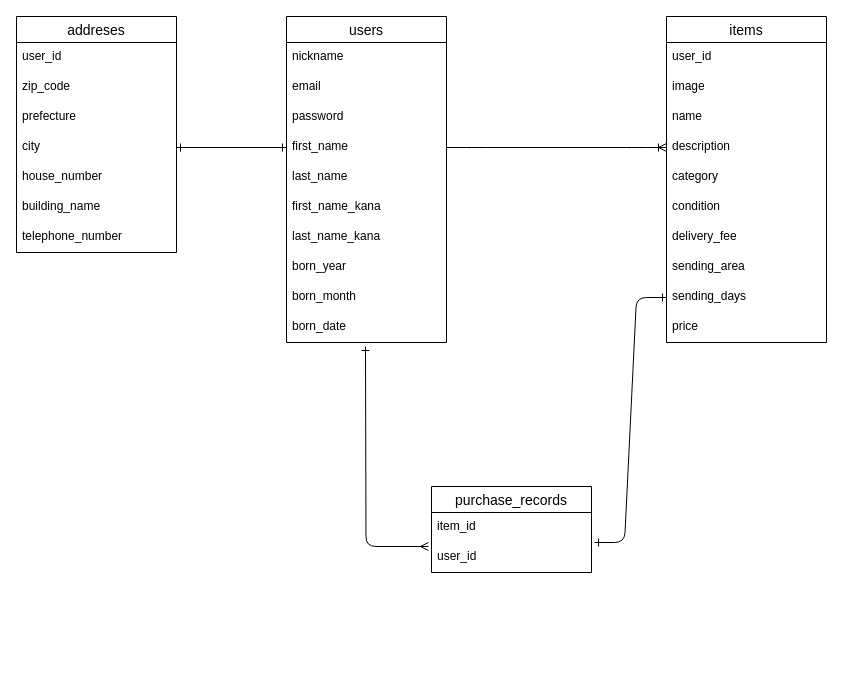
Before: furima-13663.dio in ikun2019/furima-13663, a draw.io diagram. Source tidied: cells renumbered, new cells numbered last; positions are measured from the earlier drawing's top-left corner, leaving out a move shared by most shapes. Both pictures are drawn from the tidied source at 100%, with x=0, y=0 at pixel (16, 16).
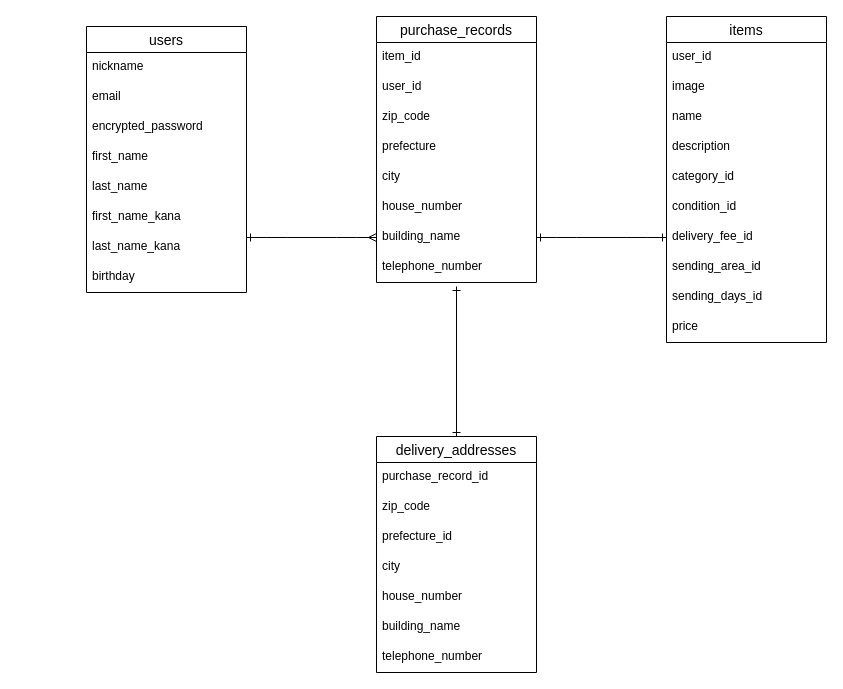
The same diagram, later.

Commit message (it also covers changes not shown here):
ER図、ReadMeの修正

The change refers to these unchanged cells:
```xml
<mxCell id="6" value="first_name" style="text;strokeColor=none;fillColor=none;spacingLeft=4;spacingRight=4;overflow=hidden;points=[[0,0.5],[1,0.5]];portConstraint=eastwest;fontSize=12;" parent="2" vertex="1">
  <mxGeometry y="116" width="160" height="30" as="geometry" />
</mxCell>
<mxCell id="13" value="items" style="swimlane;fontStyle=0;horizontal=1;startSize=26;align=center;fontSize=14;" parent="1" vertex="1">
  <mxGeometry x="650" width="160" height="326" as="geometry" />
</mxCell>
<mxCell id="17" value="description" style="text;strokeColor=none;fillColor=none;spacingLeft=4;spacingRight=4;overflow=hidden;points=[[0,0.5],[1,0.5]];portConstraint=eastwest;fontSize=12;" parent="13" vertex="1">
  <mxGeometry y="116" width="160" height="30" as="geometry" />
</mxCell>
```

Diff of the diagram source:
```diff
@@
     <mxCell id="2" value="users" style="swimlane;fontStyle=0;horizontal=1;startSize=26;align=center;fontSize=14;" parent="1" vertex="1">
-      <mxGeometry x="270" width="160" height="326" as="geometry" />
+      <mxGeometry x="70" y="10" width="160" height="266" as="geometry" />
     </mxCell>
@@
-    <mxCell id="5" value="password" style="text;strokeColor=none;fillColor=none;spacingLeft=4;spacingRight=4;overflow=hidden;fontSize=12;" parent="2" vertex="1">
+    <mxCell id="5" value="encrypted_password" style="text;strokeColor=none;fillColor=none;spacingLeft=4;spacingRight=4;overflow=hidden;fontSize=12;" parent="2" vertex="1">
       <mxGeometry y="86" width="160" height="30" as="geometry" />
     </mxCell>
@@
-    <mxCell id="10" value="born_year" style="text;strokeColor=none;fillColor=none;spacingLeft=4;spacingRight=4;overflow=hidden;fontSize=12;" parent="2" vertex="1">
+    <mxCell id="10" value="birthday" style="text;strokeColor=none;fillColor=none;spacingLeft=4;spacingRight=4;overflow=hidden;fontSize=12;" parent="2" vertex="1">
       <mxGeometry y="236" width="160" height="30" as="geometry" />
     </mxCell>
-    <mxCell id="11" value="born_month" style="text;strokeColor=none;fillColor=none;spacingLeft=4;spacingRight=4;overflow=hidden;fontSize=12;" parent="2" vertex="1">
-      <mxGeometry y="266" width="160" height="30" as="geometry" />
-    </mxCell>
-    <mxCell id="12" value="born_date" style="text;strokeColor=none;fillColor=none;spacingLeft=4;spacingRight=4;overflow=hidden;fontSize=12;" parent="2" vertex="1">
-      <mxGeometry y="296" width="160" height="30" as="geometry" />
-    </mxCell>
@@
-    <mxCell id="18" value="category" style="text;strokeColor=none;fillColor=none;spacingLeft=4;spacingRight=4;overflow=hidden;fontSize=12;" parent="13" vertex="1">
+    <mxCell id="18" value="category_id" style="text;strokeColor=none;fillColor=none;spacingLeft=4;spacingRight=4;overflow=hidden;fontSize=12;" parent="13" vertex="1">
       <mxGeometry y="146" width="160" height="30" as="geometry" />
     </mxCell>
-    <mxCell id="19" value="condition" style="text;strokeColor=none;fillColor=none;spacingLeft=4;spacingRight=4;overflow=hidden;fontSize=12;" parent="13" vertex="1">
+    <mxCell id="19" value="condition_id" style="text;strokeColor=none;fillColor=none;spacingLeft=4;spacingRight=4;overflow=hidden;fontSize=12;" parent="13" vertex="1">
       <mxGeometry y="176" width="160" height="30" as="geometry" />
     </mxCell>
-    <mxCell id="20" value="delivery_fee" style="text;strokeColor=none;fillColor=none;spacingLeft=4;spacingRight=4;overflow=hidden;points=[[0,0.5],[1,0.5]];portConstraint=eastwest;fontSize=12;" parent="13" vertex="1">
+    <mxCell id="20" value="delivery_fee_id" style="text;strokeColor=none;fillColor=none;spacingLeft=4;spacingRight=4;overflow=hidden;points=[[0,0.5],[1,0.5]];portConstraint=eastwest;fontSize=12;" parent="13" vertex="1">
       <mxGeometry y="206" width="160" height="30" as="geometry" />
     </mxCell>
-    <mxCell id="21" value="sending_area" style="text;strokeColor=none;fillColor=none;spacingLeft=4;spacingRight=4;overflow=hidden;fontSize=12;" parent="13" vertex="1">
+    <mxCell id="21" value="sending_area_id" style="text;strokeColor=none;fillColor=none;spacingLeft=4;spacingRight=4;overflow=hidden;fontSize=12;" parent="13" vertex="1">
       <mxGeometry y="236" width="160" height="30" as="geometry" />
     </mxCell>
-    <mxCell id="22" value="sending_days" style="text;strokeColor=none;fillColor=none;spacingLeft=4;spacingRight=4;overflow=hidden;points=[[0,0.5],[1,0.5]];portConstraint=eastwest;fontSize=12;" parent="13" vertex="1">
+    <mxCell id="22" value="sending_days_id" style="text;strokeColor=none;fillColor=none;spacingLeft=4;spacingRight=4;overflow=hidden;points=[[0,0.5],[1,0.5]];portConstraint=eastwest;fontSize=12;" parent="13" vertex="1">
       <mxGeometry y="266" width="160" height="30" as="geometry" />
     </mxCell>
@@
-    <mxCell id="24" value="addreses" style="swimlane;fontStyle=0;horizontal=1;startSize=26;align=center;fontSize=14;" parent="1" vertex="1">
-      <mxGeometry width="160" height="236" as="geometry" />
-    </mxCell>
-    <mxCell id="25" value="user_id" style="text;strokeColor=none;fillColor=none;spacingLeft=4;spacingRight=4;overflow=hidden;fontSize=12;" parent="24" vertex="1">
-      <mxGeometry y="26" width="160" height="30" as="geometry" />
-    </mxCell>
+    <mxCell id="34" value="purchase_records" style="swimlane;fontStyle=0;horizontal=1;startSize=26;align=center;fontSize=14;" parent="1" vertex="1">
+      <mxGeometry x="360" width="160" height="266" as="geometry" />
+    </mxCell>
+    <mxCell id="35" value="item_id" style="text;strokeColor=none;fillColor=none;spacingLeft=4;spacingRight=4;overflow=hidden;fontSize=12;" parent="34" vertex="1">
+      <mxGeometry y="26" width="160" height="30" as="geometry" />
+    </mxCell>
+    <mxCell id="36" value="user_id" style="text;strokeColor=none;fillColor=none;spacingLeft=4;spacingRight=4;overflow=hidden;points=[[0,0.5],[1,0.5]];portConstraint=eastwest;fontSize=12;" parent="34" vertex="1">
+      <mxGeometry y="56" width="160" height="30" as="geometry" />
+    </mxCell>
-    <mxCell id="26" value="zip_code" style="text;strokeColor=none;fillColor=none;spacingLeft=4;spacingRight=4;overflow=hidden;fontSize=12;" parent="24" vertex="1">
-      <mxGeometry y="56" width="160" height="30" as="geometry" />
+    <mxCell id="26" value="zip_code" style="text;strokeColor=none;fillColor=none;spacingLeft=4;spacingRight=4;overflow=hidden;fontSize=12;" parent="34" vertex="1">
+      <mxGeometry y="86" width="160" height="30" as="geometry" />
     </mxCell>
-    <mxCell id="27" value="prefecture" style="text;strokeColor=none;fillColor=none;spacingLeft=4;spacingRight=4;overflow=hidden;fontSize=12;" parent="24" vertex="1">
-      <mxGeometry y="86" width="160" height="30" as="geometry" />
+    <mxCell id="27" value="prefecture" style="text;strokeColor=none;fillColor=none;spacingLeft=4;spacingRight=4;overflow=hidden;fontSize=12;" parent="34" vertex="1">
+      <mxGeometry y="116" width="160" height="30" as="geometry" />
     </mxCell>
-    <mxCell id="28" value="city" style="text;strokeColor=none;fillColor=none;spacingLeft=4;spacingRight=4;overflow=hidden;points=[[0,0.5],[1,0.5]];portConstraint=eastwest;fontSize=12;" parent="24" vertex="1">
-      <mxGeometry y="116" width="160" height="30" as="geometry" />
+    <mxCell id="28" value="city" style="text;strokeColor=none;fillColor=none;spacingLeft=4;spacingRight=4;overflow=hidden;points=[[0,0.5],[1,0.5]];portConstraint=eastwest;fontSize=12;" parent="34" vertex="1">
+      <mxGeometry y="146" width="160" height="30" as="geometry" />
     </mxCell>
-    <mxCell id="29" value="house_number" style="text;strokeColor=none;fillColor=none;spacingLeft=4;spacingRight=4;overflow=hidden;fontSize=12;" parent="24" vertex="1">
-      <mxGeometry y="146" width="160" height="30" as="geometry" />
+    <mxCell id="29" value="house_number" style="text;strokeColor=none;fillColor=none;spacingLeft=4;spacingRight=4;overflow=hidden;fontSize=12;" parent="34" vertex="1">
+      <mxGeometry y="176" width="160" height="30" as="geometry" />
     </mxCell>
-    <mxCell id="30" value="building_name" style="text;strokeColor=none;fillColor=none;spacingLeft=4;spacingRight=4;overflow=hidden;points=[[0,0.5],[1,0.5]];portConstraint=eastwest;fontSize=12;" parent="24" vertex="1">
-      <mxGeometry y="176" width="160" height="30" as="geometry" />
+    <mxCell id="30" value="building_name" style="text;strokeColor=none;fillColor=none;spacingLeft=4;spacingRight=4;overflow=hidden;points=[[0,0.5],[1,0.5]];portConstraint=eastwest;fontSize=12;" parent="34" vertex="1">
+      <mxGeometry y="206" width="160" height="30" as="geometry" />
     </mxCell>
-    <mxCell id="31" value="telephone_number" style="text;strokeColor=none;fillColor=none;spacingLeft=4;spacingRight=4;overflow=hidden;fontSize=12;" parent="24" vertex="1">
-      <mxGeometry y="206" width="160" height="30" as="geometry" />
+    <mxCell id="31" value="telephone_number" style="text;strokeColor=none;fillColor=none;spacingLeft=4;spacingRight=4;overflow=hidden;fontSize=12;" parent="34" vertex="1">
+      <mxGeometry y="236" width="160" height="30" as="geometry" />
     </mxCell>
-    <mxCell id="32" style="edgeStyle=entityRelationEdgeStyle;fontSize=12;html=1;endArrow=ERoneToMany;entryX=0;entryY=0.5;entryDx=0;entryDy=0;" parent="1" edge="1" target="17">
-      <mxGeometry relative="1" as="geometry">
-        <mxPoint x="430" y="131" as="sourcePoint" />
-      </mxGeometry>
-    </mxCell>
-    <mxCell id="33" style="fontSize=12;html=1;endArrow=ERone;startArrow=ERone;exitX=1;exitY=0.5;exitDx=0;exitDy=0;entryX=0;entryY=0.5;entryDx=0;entryDy=0;startFill=0;endFill=0;" parent="1" edge="1" source="28" target="6">
-      <mxGeometry relative="1" as="geometry" />
-    </mxCell>
-    <mxCell id="34" value="purchase_records" style="swimlane;fontStyle=0;horizontal=1;startSize=26;align=center;fontSize=14;" parent="1" vertex="1">
-      <mxGeometry x="415" y="470" width="160" height="86" as="geometry" />
-    </mxCell>
-    <mxCell id="35" value="item_id" style="text;strokeColor=none;fillColor=none;spacingLeft=4;spacingRight=4;overflow=hidden;fontSize=12;" parent="34" vertex="1">
-      <mxGeometry y="26" width="160" height="30" as="geometry" />
-    </mxCell>
-    <mxCell id="36" value="user_id" style="text;strokeColor=none;fillColor=none;spacingLeft=4;spacingRight=4;overflow=hidden;points=[[0,0.5],[1,0.5]];portConstraint=eastwest;fontSize=12;" parent="34" vertex="1">
-      <mxGeometry y="56" width="160" height="30" as="geometry" />
-    </mxCell>
-    <mxCell id="37" style="edgeStyle=entityRelationEdgeStyle;fontSize=12;html=1;endArrow=ERone;startArrow=ERone;exitX=1.019;exitY=0;exitDx=0;exitDy=0;exitPerimeter=0;startFill=0;endFill=0;entryX=0;entryY=0.5;entryDx=0;entryDy=0;" parent="1" edge="1" source="36" target="22">
+    <mxCell id="37" style="edgeStyle=entityRelationEdgeStyle;fontSize=12;html=1;endArrow=ERone;startArrow=ERone;exitX=1;exitY=0.5;exitDx=0;exitDy=0;startFill=0;endFill=0;entryX=0;entryY=0.5;entryDx=0;entryDy=0;" parent="1" edge="1" source="30" target="20">
       <mxGeometry relative="1" as="geometry" />
     </mxCell>
-    <mxCell id="38" style="fontSize=12;html=1;endArrow=ERone;startArrow=ERmany;startFill=0;endFill=0;edgeStyle=orthogonalEdgeStyle;exitX=-0.019;exitY=0.133;exitDx=0;exitDy=0;exitPerimeter=0;" parent="1" edge="1" source="36">
-      <mxGeometry relative="1" as="geometry">
-        <mxPoint x="349" y="330" as="targetPoint" />
-      </mxGeometry>
-    </mxCell>
+    <mxCell id="39" style="edgeStyle=entityRelationEdgeStyle;fontSize=12;html=1;endArrow=ERmany;startArrow=ERone;startFill=0;endFill=0;entryX=0;entryY=0.5;entryDx=0;entryDy=0;" parent="1" edge="1" target="30">
+      <mxGeometry relative="1" as="geometry">
+        <mxPoint x="230" y="221" as="sourcePoint" />
+      </mxGeometry>
+    </mxCell>
+    <mxCell id="40" style="edgeStyle=orthogonalEdgeStyle;rounded=0;jettySize=auto;html=1;exitX=0.5;exitY=0;exitDx=0;exitDy=0;startArrow=ERone;startFill=0;endArrow=ERone;endFill=0;" parent="1" edge="1" source="41">
+      <mxGeometry relative="1" as="geometry">
+        <mxPoint x="440" y="270" as="targetPoint" />
+      </mxGeometry>
+    </mxCell>
+    <mxCell id="41" value="delivery_addresses" style="swimlane;fontStyle=0;horizontal=1;startSize=26;align=center;fontSize=14;" parent="1" vertex="1">
+      <mxGeometry x="360" y="420" width="160" height="236" as="geometry" />
+    </mxCell>
+    <mxCell id="42" value="purchase_record_id" style="text;strokeColor=none;fillColor=none;spacingLeft=4;spacingRight=4;overflow=hidden;fontSize=12;" parent="41" vertex="1">
+      <mxGeometry y="26" width="160" height="30" as="geometry" />
+    </mxCell>
+    <mxCell id="43" value="zip_code" style="text;strokeColor=none;fillColor=none;spacingLeft=4;spacingRight=4;overflow=hidden;fontSize=12;" parent="41" vertex="1">
+      <mxGeometry y="56" width="160" height="30" as="geometry" />
+    </mxCell>
+    <mxCell id="44" value="prefecture_id" style="text;strokeColor=none;fillColor=none;spacingLeft=4;spacingRight=4;overflow=hidden;fontSize=12;" parent="41" vertex="1">
+      <mxGeometry y="86" width="160" height="30" as="geometry" />
+    </mxCell>
+    <mxCell id="45" value="city" style="text;strokeColor=none;fillColor=none;spacingLeft=4;spacingRight=4;overflow=hidden;fontSize=12;" parent="41" vertex="1">
+      <mxGeometry y="116" width="160" height="30" as="geometry" />
+    </mxCell>
+    <mxCell id="46" value="house_number" style="text;strokeColor=none;fillColor=none;spacingLeft=4;spacingRight=4;overflow=hidden;fontSize=12;" parent="41" vertex="1">
+      <mxGeometry y="146" width="160" height="30" as="geometry" />
+    </mxCell>
+    <mxCell id="47" value="building_name" style="text;strokeColor=none;fillColor=none;spacingLeft=4;spacingRight=4;overflow=hidden;fontSize=12;" parent="41" vertex="1">
+      <mxGeometry y="176" width="160" height="30" as="geometry" />
+    </mxCell>
+    <mxCell id="48" value="telephone_number" style="text;strokeColor=none;fillColor=none;spacingLeft=4;spacingRight=4;overflow=hidden;fontSize=12;" parent="41" vertex="1">
+      <mxGeometry y="206" width="160" height="30" as="geometry" />
+    </mxCell>
```
